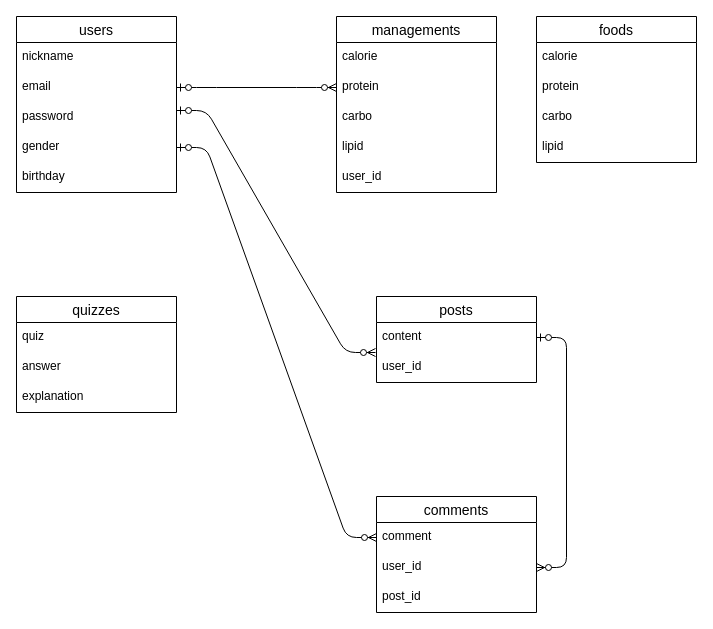
Above: ER.dio in kineeeecchi/original-37109 (draw.io), before the change. Source tidied: cells renumbered, new cells numbered last; positions are measured from the earlier drawing's top-left corner, leaving out a move shared by most shapes. Both pictures are drawn from the tidied source at 100%, with x=0, y=0 at pixel (16, 16).
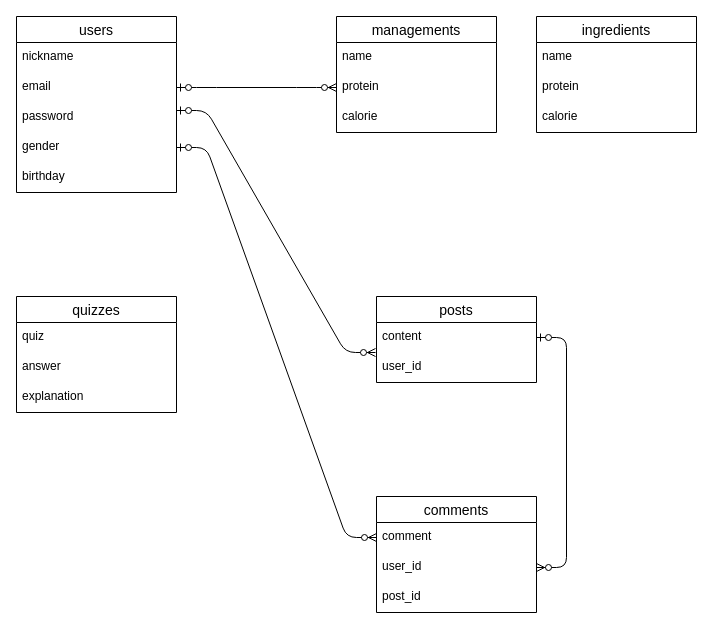
The same page after the edit.

Commit message (it also covers changes not shown here):
ER図、README修正

The change refers to these unchanged cells:
```xml
<mxCell id="4" value="protein" style="text;strokeColor=none;fillColor=none;spacingLeft=4;spacingRight=4;overflow=hidden;points=[[0,0.5],[1,0.5]];portConstraint=eastwest;fontSize=12;" parent="2" vertex="1">
  <mxGeometry y="56" width="160" height="30" as="geometry" />
</mxCell>
<mxCell id="10" value="email" style="text;strokeColor=none;fillColor=none;spacingLeft=4;spacingRight=4;overflow=hidden;points=[[0,0.5],[1,0.5]];portConstraint=eastwest;fontSize=12;" parent="8" vertex="1">
  <mxGeometry y="56" width="160" height="30" as="geometry" />
</mxCell>
```

Diff of the diagram source:
```diff
@@
     <mxCell id="2" value="managements" style="swimlane;fontStyle=0;horizontal=1;startSize=26;align=center;fontSize=14;" parent="1" vertex="1">
-      <mxGeometry x="320" width="160" height="176" as="geometry" />
+      <mxGeometry x="320" width="160" height="116" as="geometry" />
     </mxCell>
-    <mxCell id="3" value="calorie" style="text;strokeColor=none;fillColor=none;spacingLeft=4;spacingRight=4;overflow=hidden;fontSize=12;" parent="2" vertex="1">
+    <mxCell id="3" value="name" style="text;strokeColor=none;fillColor=none;spacingLeft=4;spacingRight=4;overflow=hidden;fontSize=12;" parent="2" vertex="1">
       <mxGeometry y="26" width="160" height="30" as="geometry" />
     </mxCell>
@@
-    <mxCell id="5" value="carbo" style="text;strokeColor=none;fillColor=none;spacingLeft=4;spacingRight=4;overflow=hidden;fontSize=12;" parent="2" vertex="1">
-      <mxGeometry y="86" width="160" height="30" as="geometry" />
-    </mxCell>
-    <mxCell id="6" value="lipid" style="text;strokeColor=none;fillColor=none;spacingLeft=4;spacingRight=4;overflow=hidden;fontSize=12;" parent="2" vertex="1">
-      <mxGeometry y="116" width="160" height="30" as="geometry" />
-    </mxCell>
-    <mxCell id="7" value="user_id" style="text;strokeColor=none;fillColor=none;spacingLeft=4;spacingRight=4;overflow=hidden;fontSize=12;" parent="2" vertex="1">
-      <mxGeometry y="146" width="160" height="30" as="geometry" />
-    </mxCell>
+    <mxCell id="34" value="calorie" style="text;strokeColor=none;fillColor=none;spacingLeft=4;spacingRight=4;overflow=hidden;fontSize=12;" parent="2" vertex="1">
+      <mxGeometry y="86" width="160" height="30" as="geometry" />
+    </mxCell>
@@
-    <mxCell id="25" style="edgeStyle=entityRelationEdgeStyle;fontSize=12;html=1;endArrow=ERzeroToMany;startArrow=ERzeroToOne;exitX=1;exitY=0.5;exitDx=0;exitDy=0;entryX=0;entryY=0.5;entryDx=0;entryDy=0;" parent="1" edge="1" source="10" target="4">
-      <mxGeometry relative="1" as="geometry" />
+    <mxCell id="25" style="edgeStyle=entityRelationEdgeStyle;fontSize=12;html=1;endArrow=ERzeroToMany;startArrow=ERzeroToOne;exitX=1;exitY=0.5;exitDx=0;exitDy=0;entryX=0;entryY=0.5;entryDx=0;entryDy=0;" parent="1" edge="1" source="10">
+      <mxGeometry relative="1" as="geometry">
+        <mxPoint x="320" y="71" as="targetPoint" />
+      </mxGeometry>
     </mxCell>
@@
-    <mxCell id="29" value="foods" style="swimlane;fontStyle=0;horizontal=1;startSize=26;align=center;fontSize=14;" parent="1" vertex="1">
-      <mxGeometry x="520" width="160" height="146" as="geometry" />
+    <mxCell id="29" value="ingredients" style="swimlane;fontStyle=0;horizontal=1;startSize=26;align=center;fontSize=14;" parent="1" vertex="1">
+      <mxGeometry x="520" width="160" height="116" as="geometry" />
     </mxCell>
-    <mxCell id="30" value="calorie" style="text;strokeColor=none;fillColor=none;spacingLeft=4;spacingRight=4;overflow=hidden;fontSize=12;" parent="29" vertex="1">
+    <mxCell id="30" value="name" style="text;strokeColor=none;fillColor=none;spacingLeft=4;spacingRight=4;overflow=hidden;fontSize=12;" parent="29" vertex="1">
       <mxGeometry y="26" width="160" height="30" as="geometry" />
     </mxCell>
@@
-    <mxCell id="32" value="carbo" style="text;strokeColor=none;fillColor=none;spacingLeft=4;spacingRight=4;overflow=hidden;fontSize=12;" parent="29" vertex="1">
+    <mxCell id="32" value="calorie" style="text;strokeColor=none;fillColor=none;spacingLeft=4;spacingRight=4;overflow=hidden;fontSize=12;" parent="29" vertex="1">
       <mxGeometry y="86" width="160" height="30" as="geometry" />
     </mxCell>
-    <mxCell id="33" value="lipid" style="text;strokeColor=none;fillColor=none;spacingLeft=4;spacingRight=4;overflow=hidden;fontSize=12;" parent="29" vertex="1">
-      <mxGeometry y="116" width="160" height="30" as="geometry" />
-    </mxCell>
```
